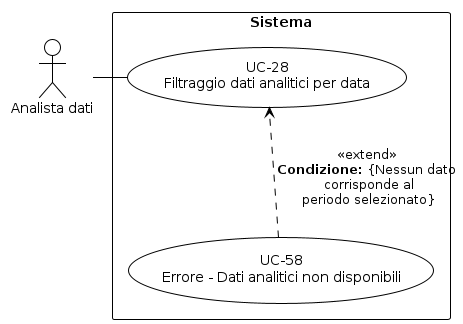
Earlier version of the PlantUML export RTB/Analisi dei Requisiti/diagrammi_use_case/UC-28.png (aLittleByte-19/Documentazione).
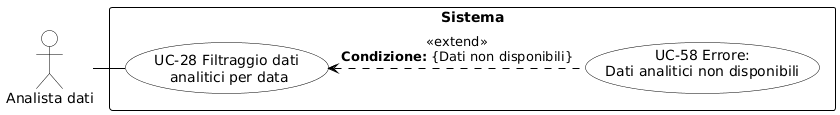
After the change.

Change to the diagram source:
```diff
@@ -1,24 +1,31 @@
 @startuml
-!theme plain
+skinparam defaultFontName Arial
+skinparam nodesep 25
+skinparam ranksep 45
+
 skinparam usecase {
-  BackgroundColor white
-  BorderColor black
+    BackgroundColor white
+    BorderColor black
+    ArrowColor black
 }
 skinparam actor {
-  BackgroundColor white
-  BorderColor black
+    BackgroundColor white
+    BorderColor black
 }
 skinparam rectangle {
-  BackgroundColor white
-  BorderColor black
+    BorderColor black
+    FontStyle bold
 }
-top to bottom direction
-actor "Analista dati" as A
+
+actor "Analista dati" as ActorAnalista
+
 rectangle "Sistema" {
-  usecase "UC-28\nFiltraggio dati analitici per data" as UC28
-  usecase "UC-58\nErrore - Dati analitici non disponibili" as UC58
-  A - UC28
-  UC28 -[hidden]d- UC58
-  UC58 ..> UC28 : <<extend>>\n**Condizione:** {Nessun dato\n corrisponde al\n periodo selezionato}
+    usecase "UC-58 Errore:\nDati analitici non disponibili" as UC58
+
+    usecase "UC-28 Filtraggio dati\n analitici per data" as UC29
 }
+
+ActorAnalista -right- UC29
+
+UC58 ..left..> UC29 : <<extend>>\n**Condizione:** {Dati non disponibili}
 @enduml
```
